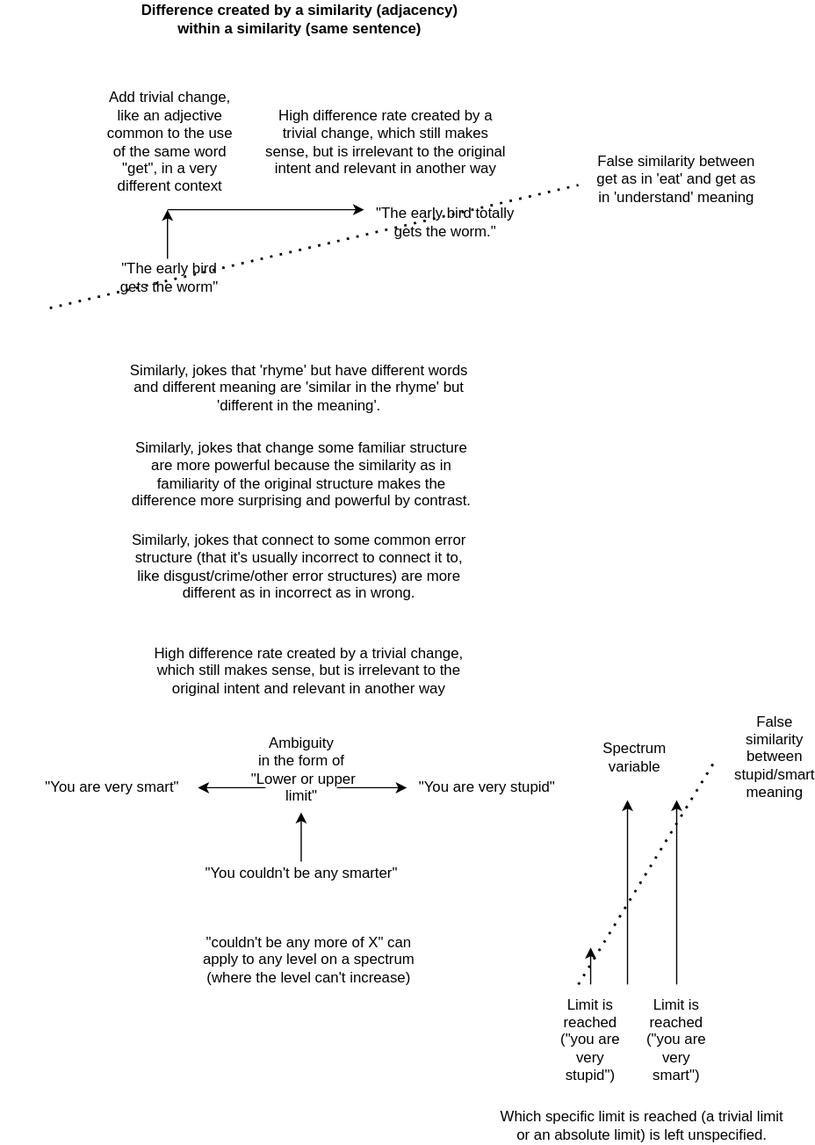
Earlier version of the draw.io export docs/objects/jokes.drawio.svg (outdreamer/build-a-cure). Source tidied: cells renumbered, new cells last; positions are measured from the earlier drawing's top-left corner, leaving out a move shared by most shapes. The source it was exported from:
```xml
<mxGraphModel>
  <root>
    <mxCell id="0" />
    <mxCell id="1" parent="0" />
    <mxCell id="2" style="endArrow=classic;html=1;rounded=0;" parent="1" edge="1">
      <mxGeometry relative="1" as="geometry">
        <mxPoint x="135.8" y="210" as="sourcePoint" />
        <mxPoint x="135.8" y="170" as="targetPoint" />
      </mxGeometry>
    </mxCell>
    <mxCell id="3" style="endArrow=classic;html=1;rounded=0;" parent="1" edge="1">
      <mxGeometry relative="1" as="geometry">
        <mxPoint x="135.8" y="170" as="sourcePoint" />
        <mxPoint x="295.8" y="170" as="targetPoint" />
      </mxGeometry>
    </mxCell>
    <mxCell id="4" value="Add trivial change, like an adjective common to the use of the same word &quot;get&quot;, in a very different context" style="text;html=1;strokeColor=none;fillColor=none;align=center;verticalAlign=middle;whiteSpace=wrap;rounded=0;" parent="1" vertex="1">
      <mxGeometry x="79.6" y="100" width="116.2" height="30" as="geometry" />
    </mxCell>
    <mxCell id="5" value="&quot;The early bird gets the worm&quot;" style="text;html=1;strokeColor=none;fillColor=none;align=center;verticalAlign=middle;whiteSpace=wrap;rounded=0;" parent="1" vertex="1">
      <mxGeometry x="89.2" y="215" width="97" height="20" as="geometry" />
    </mxCell>
    <mxCell id="6" value="&quot;The early bird totally gets the worm.&quot;" style="text;html=1;strokeColor=none;fillColor=none;align=center;verticalAlign=middle;whiteSpace=wrap;rounded=0;" parent="1" vertex="1">
      <mxGeometry x="300.8" y="170" width="122" height="20" as="geometry" />
    </mxCell>
    <mxCell id="7" value="High difference rate created by a trivial change, which still makes sense, but is irrelevant to the original intent and relevant in another way" style="text;html=1;strokeColor=none;fillColor=none;align=center;verticalAlign=middle;whiteSpace=wrap;rounded=0;" parent="1" vertex="1">
      <mxGeometry x="211.8" y="100" width="203" height="30" as="geometry" />
    </mxCell>
    <mxCell id="8" style="endArrow=classic;html=1;rounded=0;exitX=0.5;exitY=0;exitDx=0;exitDy=0;" parent="1" edge="1" source="11">
      <mxGeometry relative="1" as="geometry">
        <mxPoint x="244.5" y="660" as="targetPoint" />
      </mxGeometry>
    </mxCell>
    <mxCell id="9" style="endArrow=classic;html=1;rounded=0;exitX=0.75;exitY=1;exitDx=0;exitDy=0;" parent="1" edge="1" source="10">
      <mxGeometry relative="1" as="geometry">
        <mxPoint x="330.5" y="640" as="targetPoint" />
      </mxGeometry>
    </mxCell>
    <mxCell id="10" value="Ambiguity&lt;br&gt;in the form of&lt;br&gt;&amp;nbsp;&quot;Lower or upper limit&quot;" style="text;html=1;strokeColor=none;fillColor=none;align=center;verticalAlign=middle;whiteSpace=wrap;rounded=0;" parent="1" vertex="1">
      <mxGeometry x="186.5" y="610" width="116" height="30" as="geometry" />
    </mxCell>
    <mxCell id="11" value="&quot;You couldn't be any smarter&quot;" style="text;html=1;strokeColor=none;fillColor=none;align=center;verticalAlign=middle;whiteSpace=wrap;rounded=0;" parent="1" vertex="1">
      <mxGeometry x="154.5" y="700" width="180" height="20" as="geometry" />
    </mxCell>
    <mxCell id="12" value="High difference rate created by a trivial change, which still makes sense, but is irrelevant to the original intent and relevant in another way" style="text;html=1;strokeColor=none;fillColor=none;align=center;verticalAlign=middle;whiteSpace=wrap;rounded=0;" parent="1" vertex="1">
      <mxGeometry x="110.5" y="530" width="280" height="30" as="geometry" />
    </mxCell>
    <mxCell id="13" value="Difference created by a similarity (adjacency) within a similarity (same sentence)" style="text;html=1;strokeColor=none;fillColor=none;align=center;verticalAlign=middle;whiteSpace=wrap;rounded=0;fontStyle=1;" parent="1" vertex="1">
      <mxGeometry x="110.5" width="265" height="30" as="geometry" />
    </mxCell>
    <mxCell id="14" value="&quot;You are very smart&quot;" style="text;html=1;strokeColor=none;fillColor=none;align=center;verticalAlign=middle;whiteSpace=wrap;rounded=0;" parent="1" vertex="1">
      <mxGeometry x="0.5" y="630" width="180" height="20" as="geometry" />
    </mxCell>
    <mxCell id="15" value="&quot;You are very stupid&quot;" style="text;html=1;strokeColor=none;fillColor=none;align=center;verticalAlign=middle;whiteSpace=wrap;rounded=0;" parent="1" vertex="1">
      <mxGeometry x="305.5" y="630" width="180" height="20" as="geometry" />
    </mxCell>
    <mxCell id="16" style="endArrow=classic;html=1;rounded=0;exitX=0.25;exitY=1;exitDx=0;exitDy=0;" parent="1" edge="1" source="10">
      <mxGeometry relative="1" as="geometry">
        <mxPoint x="160.5" y="640" as="targetPoint" />
      </mxGeometry>
    </mxCell>
    <mxCell id="17" value="&quot;couldn't be any more of X&quot; can apply to any level on a spectrum (where the level can't increase)" style="text;html=1;strokeColor=none;fillColor=none;align=center;verticalAlign=middle;whiteSpace=wrap;rounded=0;" parent="1" vertex="1">
      <mxGeometry x="160.5" y="770" width="180" height="20" as="geometry" />
    </mxCell>
    <mxCell id="18" style="endArrow=classic;html=1;rounded=0;" parent="1" edge="1">
      <mxGeometry relative="1" as="geometry">
        <mxPoint x="480" y="800" as="sourcePoint" />
        <mxPoint x="480" y="770" as="targetPoint" />
      </mxGeometry>
    </mxCell>
    <mxCell id="19" value="Limit is reached (&quot;you are very stupid&quot;)" style="text;html=1;strokeColor=none;fillColor=none;align=center;verticalAlign=middle;whiteSpace=wrap;rounded=0;" parent="1" vertex="1">
      <mxGeometry x="450" y="830" width="60" height="30" as="geometry" />
    </mxCell>
    <mxCell id="20" style="endArrow=classic;html=1;rounded=0;" parent="1" edge="1">
      <mxGeometry relative="1" as="geometry">
        <mxPoint x="510" y="800" as="sourcePoint" />
        <mxPoint x="510" y="650" as="targetPoint" />
      </mxGeometry>
    </mxCell>
    <mxCell id="21" value="Spectrum variable" style="text;html=1;strokeColor=none;fillColor=none;align=center;verticalAlign=middle;whiteSpace=wrap;rounded=0;" parent="1" vertex="1">
      <mxGeometry x="486" y="600" width="60" height="30" as="geometry" />
    </mxCell>
    <mxCell id="22" style="endArrow=classic;html=1;rounded=0;" parent="1" edge="1">
      <mxGeometry relative="1" as="geometry">
        <mxPoint x="550" y="800" as="sourcePoint" />
        <mxPoint x="550" y="650" as="targetPoint" />
      </mxGeometry>
    </mxCell>
    <mxCell id="23" value="Limit is reached (&quot;you are very smart&quot;)" style="text;html=1;strokeColor=none;fillColor=none;align=center;verticalAlign=middle;whiteSpace=wrap;rounded=0;" parent="1" vertex="1">
      <mxGeometry x="520" y="830" width="60" height="30" as="geometry" />
    </mxCell>
    <mxCell id="24" value="Which specific limit is reached (a trivial limit or an absolute limit) is left unspecified." style="text;html=1;strokeColor=none;fillColor=none;align=center;verticalAlign=middle;whiteSpace=wrap;rounded=0;" parent="1" vertex="1">
      <mxGeometry x="400" y="900" width="244" height="30" as="geometry" />
    </mxCell>
    <mxCell id="25" value="Similarly, jokes that 'rhyme' but have different words and different meaning are 'similar in the rhyme' but 'different in the meaning'." style="text;html=1;strokeColor=none;fillColor=none;align=center;verticalAlign=middle;whiteSpace=wrap;rounded=0;" parent="1" vertex="1">
      <mxGeometry x="103" y="300" width="280" height="30" as="geometry" />
    </mxCell>
    <mxCell id="26" style="endArrow=none;dashed=1;html=1;dashPattern=1 3;strokeWidth=2;rounded=0;" parent="1" edge="1">
      <mxGeometry relative="1" as="geometry">
        <mxPoint x="470" y="800" as="sourcePoint" />
        <mxPoint x="580" y="620" as="targetPoint" />
      </mxGeometry>
    </mxCell>
    <mxCell id="27" value="False similarity between stupid/smart meaning" style="text;html=1;strokeColor=none;fillColor=none;align=center;verticalAlign=middle;whiteSpace=wrap;rounded=0;" parent="1" vertex="1">
      <mxGeometry x="600" y="600" width="60" height="30" as="geometry" />
    </mxCell>
    <mxCell id="28" value="False similarity between get as in 'eat' and get as in 'understand' meaning" style="text;html=1;strokeColor=none;fillColor=none;align=center;verticalAlign=middle;whiteSpace=wrap;rounded=0;" parent="1" vertex="1">
      <mxGeometry x="480.2" y="130" width="139.5" height="30" as="geometry" />
    </mxCell>
    <mxCell id="29" style="endArrow=none;dashed=1;html=1;dashPattern=1 3;strokeWidth=2;rounded=0;" parent="1" edge="1">
      <mxGeometry relative="1" as="geometry">
        <mxPoint x="40" y="250" as="sourcePoint" />
        <mxPoint x="470" y="150" as="targetPoint" />
      </mxGeometry>
    </mxCell>
    <mxCell id="30" value="Similarly, jokes that change some familiar structure are more powerful because the similarity as in familiarity of the original structure makes the difference more surprising and powerful by contrast." style="text;html=1;strokeColor=none;fillColor=none;align=center;verticalAlign=middle;whiteSpace=wrap;rounded=0;" parent="1" vertex="1">
      <mxGeometry x="105" y="370" width="280" height="30" as="geometry" />
    </mxCell>
    <mxCell id="31" value="Similarly, jokes that connect to some common error structure (that it's usually incorrect to connect it to, like disgust/crime/other error structures) are more different as in incorrect as in wrong." style="text;html=1;strokeColor=none;fillColor=none;align=center;verticalAlign=middle;whiteSpace=wrap;rounded=0;" parent="1" vertex="1">
      <mxGeometry x="103" y="445" width="280" height="30" as="geometry" />
    </mxCell>
  </root>
</mxGraphModel>
```
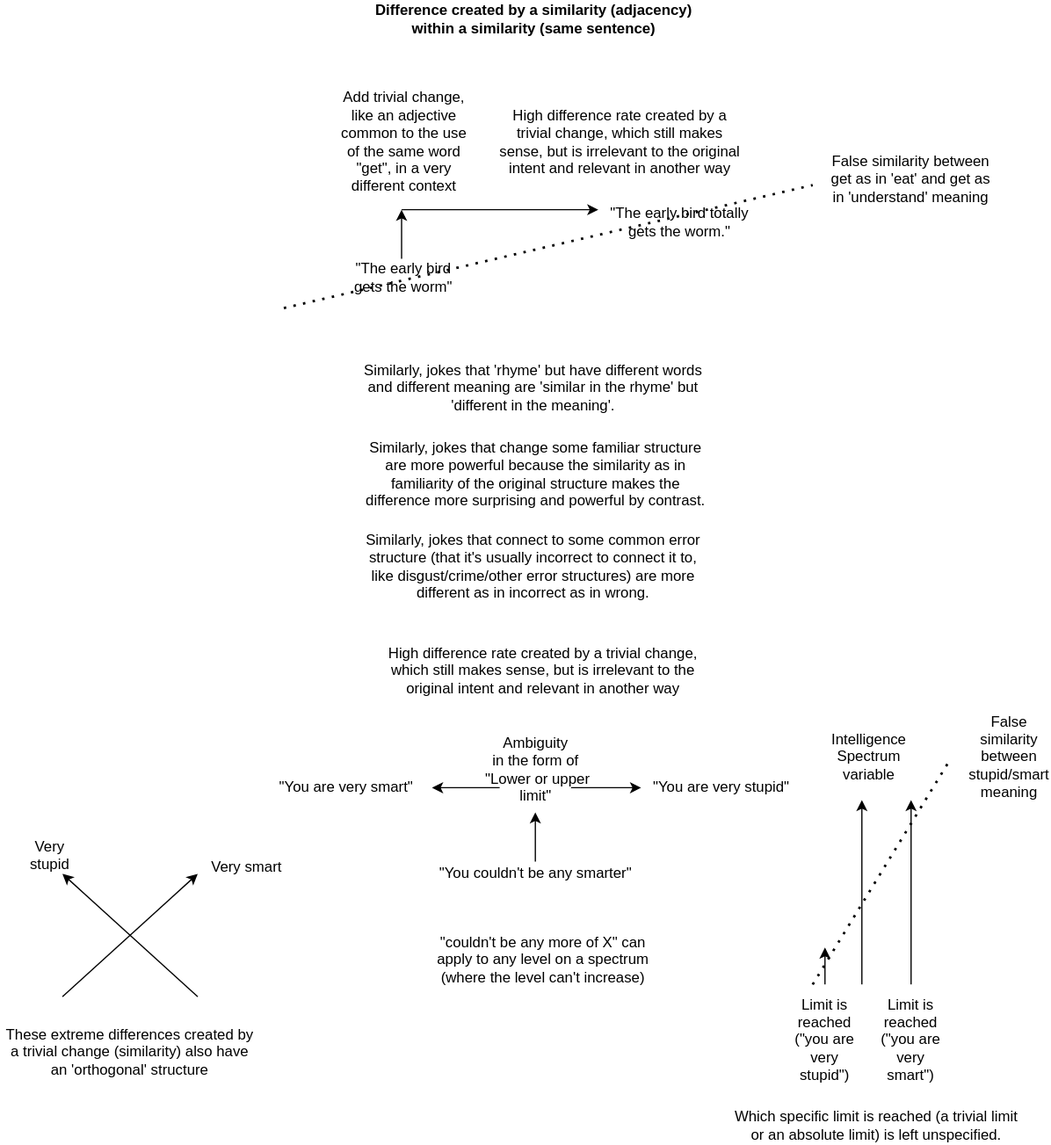
The same file after the commit.

Change to the diagram source:
```diff
@@ -77,7 +77,7 @@
         <mxPoint x="510" y="650" as="targetPoint" />
       </mxGeometry>
     </mxCell>
-    <mxCell id="21" value="Spectrum variable" style="text;html=1;strokeColor=none;fillColor=none;align=center;verticalAlign=middle;whiteSpace=wrap;rounded=0;" parent="1" vertex="1">
+    <mxCell id="21" value="Intelligence&lt;br&gt;Spectrum variable" style="text;html=1;strokeColor=none;fillColor=none;align=center;verticalAlign=middle;whiteSpace=wrap;rounded=0;" parent="1" vertex="1">
       <mxGeometry x="486" y="600" width="60" height="30" as="geometry" />
     </mxCell>
     <mxCell id="22" style="endArrow=classic;html=1;rounded=0;" parent="1" edge="1">
@@ -119,5 +119,26 @@
     <mxCell id="31" value="Similarly, jokes that connect to some common error structure (that it's usually incorrect to connect it to, like disgust/crime/other error structures) are more different as in incorrect as in wrong." style="text;html=1;strokeColor=none;fillColor=none;align=center;verticalAlign=middle;whiteSpace=wrap;rounded=0;" parent="1" vertex="1">
       <mxGeometry x="103" y="445" width="280" height="30" as="geometry" />
     </mxCell>
+    <mxCell id="32" style="endArrow=classic;html=1;rounded=0;" parent="1" edge="1">
+      <mxGeometry relative="1" as="geometry">
+        <mxPoint x="-140" y="810" as="sourcePoint" />
+        <mxPoint x="-30" y="710" as="targetPoint" />
+      </mxGeometry>
+    </mxCell>
+    <mxCell id="33" style="endArrow=classic;html=1;rounded=0;" parent="1" edge="1">
+      <mxGeometry relative="1" as="geometry">
+        <mxPoint x="-30" y="810" as="sourcePoint" />
+        <mxPoint x="-140" y="710" as="targetPoint" />
+      </mxGeometry>
+    </mxCell>
+    <mxCell id="34" value="These extreme differences created by a trivial change (similarity) also have an 'orthogonal' structure" style="text;html=1;strokeColor=none;fillColor=none;align=center;verticalAlign=middle;whiteSpace=wrap;rounded=0;" parent="1" vertex="1">
+      <mxGeometry x="-190" y="840" width="210" height="30" as="geometry" />
+    </mxCell>
+    <mxCell id="35" value="Very smart" style="text;html=1;strokeColor=none;fillColor=none;align=center;verticalAlign=middle;whiteSpace=wrap;rounded=0;" parent="1" vertex="1">
+      <mxGeometry x="-20" y="690" width="60" height="30" as="geometry" />
+    </mxCell>
+    <mxCell id="36" value="Very stupid" style="text;html=1;strokeColor=none;fillColor=none;align=center;verticalAlign=middle;whiteSpace=wrap;rounded=0;" parent="1" vertex="1">
+      <mxGeometry x="-180" y="680" width="60" height="30" as="geometry" />
+    </mxCell>
   </root>
 </mxGraphModel>
```
